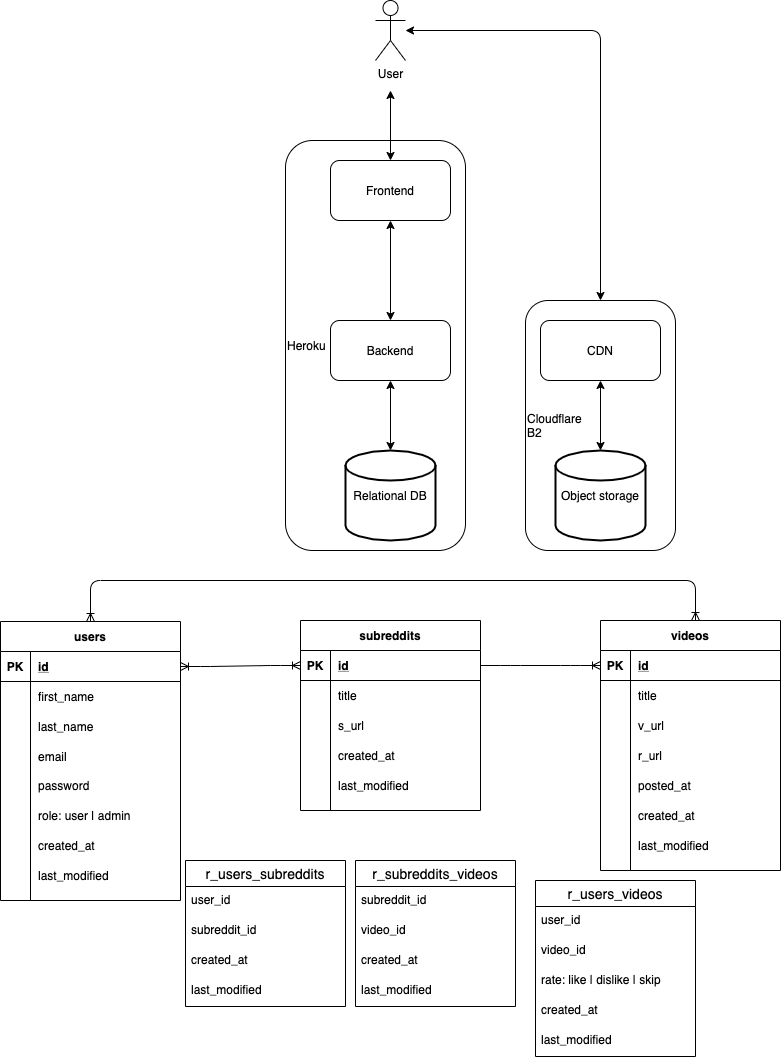
This is system-design.png from kzkaneoka/reddit-short-videos, a draw.io export, as it was before one commit. Source tidied: cells renumbered, new cells last; positions are measured from the earlier drawing's top-left corner, leaving out a move shared by most shapes.
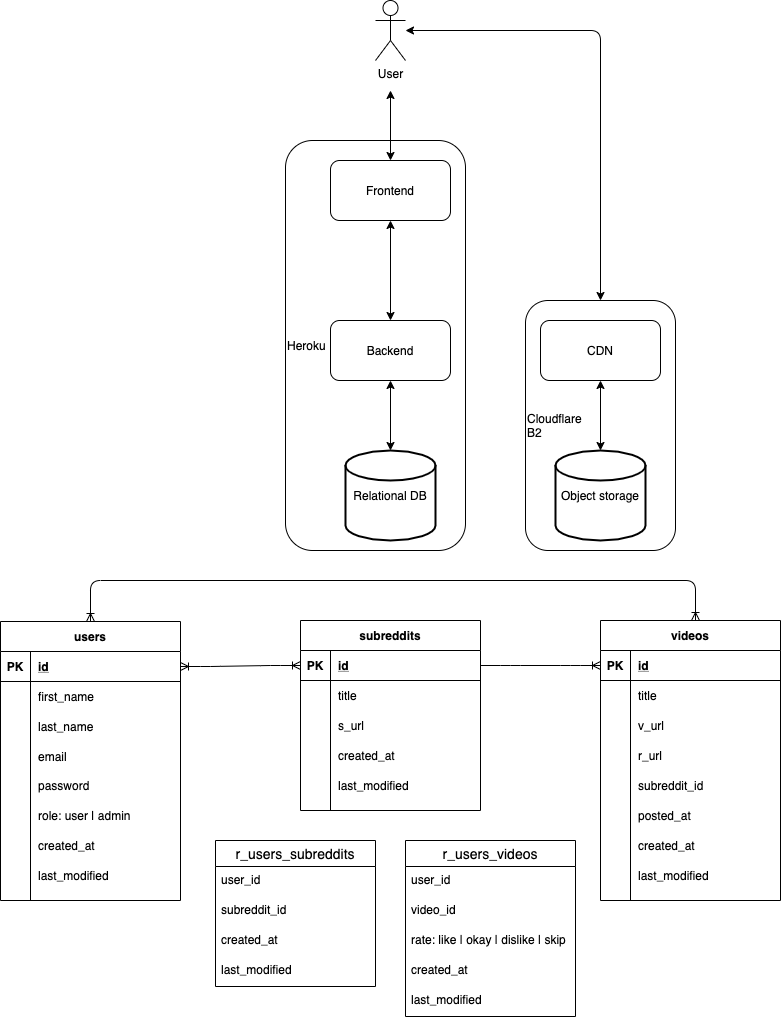
Later version of the same file.

Change to the diagram source:
```diff
@@ -147,7 +147,7 @@
       <mxGeometry x="30" width="150" height="30" as="geometry" />
     </mxCell>
     <mxCell id="50" value="videos" style="shape=table;startSize=30;rowLines=0;fontStyle=1;align=center;" parent="1" vertex="1">
-      <mxGeometry x="600" y="620" width="180" height="250" as="geometry" />
+      <mxGeometry x="600" y="620" width="180" height="280" as="geometry" />
     </mxCell>
     <mxCell id="51" style="shape=partialRectangle;fillColor=none;top=0;left=0;bottom=1;right=0;points=[[0,0.5],[1,0.5]];portConstraint=eastwest;" parent="50" vertex="1">
       <mxGeometry y="30" width="180" height="30" as="geometry" />
@@ -191,7 +191,7 @@
     <mxCell id="64" style="shape=partialRectangle;fillColor=none;top=0;left=0;bottom=0;right=0;overflow=hidden;" parent="63" vertex="1">
       <mxGeometry width="30" height="30" as="geometry" />
     </mxCell>
-    <mxCell id="65" value="posted_at" style="shape=partialRectangle;fillColor=none;top=0;left=0;bottom=0;right=0;align=left;spacingLeft=6;overflow=hidden;" parent="63" vertex="1">
+    <mxCell id="65" value="subreddit_id" style="shape=partialRectangle;fillColor=none;top=0;left=0;bottom=0;right=0;align=left;spacingLeft=6;overflow=hidden;" parent="63" vertex="1">
       <mxGeometry x="30" width="150" height="30" as="geometry" />
     </mxCell>
     <mxCell id="66" style="shape=partialRectangle;fillColor=none;top=0;left=0;bottom=0;right=0;" parent="50" vertex="1">
@@ -200,7 +200,7 @@
     <mxCell id="67" style="shape=partialRectangle;fillColor=none;top=0;left=0;bottom=0;right=0;overflow=hidden;" parent="66" vertex="1">
       <mxGeometry width="30" height="30" as="geometry" />
     </mxCell>
-    <mxCell id="68" value="created_at" style="shape=partialRectangle;fillColor=none;top=0;left=0;bottom=0;right=0;align=left;spacingLeft=6;overflow=hidden;" parent="66" vertex="1">
+    <mxCell id="68" value="posted_at" style="shape=partialRectangle;fillColor=none;top=0;left=0;bottom=0;right=0;align=left;spacingLeft=6;overflow=hidden;" parent="66" vertex="1">
       <mxGeometry x="30" width="150" height="30" as="geometry" />
     </mxCell>
     <mxCell id="69" style="shape=partialRectangle;fillColor=none;top=0;left=0;bottom=0;right=0;" parent="50" vertex="1">
@@ -209,9 +209,18 @@
     <mxCell id="70" style="shape=partialRectangle;fillColor=none;top=0;left=0;bottom=0;right=0;overflow=hidden;" parent="69" vertex="1">
       <mxGeometry width="30" height="30" as="geometry" />
     </mxCell>
-    <mxCell id="71" value="last_modified" style="shape=partialRectangle;fillColor=none;top=0;left=0;bottom=0;right=0;align=left;spacingLeft=6;overflow=hidden;" parent="69" vertex="1">
+    <mxCell id="71" value="created_at" style="shape=partialRectangle;fillColor=none;top=0;left=0;bottom=0;right=0;align=left;spacingLeft=6;overflow=hidden;" parent="69" vertex="1">
       <mxGeometry x="30" width="150" height="30" as="geometry" />
     </mxCell>
+    <mxCell id="97" style="shape=partialRectangle;fillColor=none;top=0;left=0;bottom=0;right=0;" parent="50" vertex="1">
+      <mxGeometry y="240" width="180" height="30" as="geometry" />
+    </mxCell>
+    <mxCell id="98" style="shape=partialRectangle;fillColor=none;top=0;left=0;bottom=0;right=0;overflow=hidden;" parent="97" vertex="1">
+      <mxGeometry width="30" height="30" as="geometry" />
+    </mxCell>
+    <mxCell id="84" value="last_modified" style="shape=partialRectangle;fillColor=none;top=0;left=0;bottom=0;right=0;align=left;spacingLeft=6;overflow=hidden;" parent="97" vertex="1">
+      <mxGeometry x="30" width="150" height="30" as="geometry" />
+    </mxCell>
     <mxCell id="72" style="edgeStyle=entityRelationEdgeStyle;fontSize=12;html=1;endArrow=ERoneToMany;startArrow=ERoneToMany;startFill=0;" parent="1" edge="1" source="10" target="35">
       <mxGeometry relative="1" as="geometry" />
     </mxCell>
@@ -243,23 +252,8 @@
         <mxPoint x="390" y="90" as="targetPoint" />
       </mxGeometry>
     </mxCell>
-    <mxCell id="80" value="r_subreddits_videos" style="swimlane;fontStyle=0;horizontal=1;startSize=26;align=center;fontSize=14;" parent="1" vertex="1">
-      <mxGeometry x="355" y="860" width="160" height="146" as="geometry" />
-    </mxCell>
-    <mxCell id="81" value="subreddit_id" style="text;strokeColor=none;fillColor=none;spacingLeft=4;spacingRight=4;overflow=hidden;fontSize=12;" parent="80" vertex="1">
-      <mxGeometry y="26" width="160" height="30" as="geometry" />
-    </mxCell>
-    <mxCell id="82" value="video_id" style="text;strokeColor=none;fillColor=none;spacingLeft=4;spacingRight=4;overflow=hidden;fontSize=12;" parent="80" vertex="1">
-      <mxGeometry y="56" width="160" height="30" as="geometry" />
-    </mxCell>
-    <mxCell id="83" value="created_at" style="text;strokeColor=none;fillColor=none;spacingLeft=4;spacingRight=4;overflow=hidden;fontSize=12;" parent="80" vertex="1">
-      <mxGeometry y="86" width="160" height="30" as="geometry" />
-    </mxCell>
-    <mxCell id="84" value="last_modified" style="text;strokeColor=none;fillColor=none;spacingLeft=4;spacingRight=4;overflow=hidden;fontSize=12;" parent="80" vertex="1">
-      <mxGeometry y="116" width="160" height="30" as="geometry" />
-    </mxCell>
     <mxCell id="85" value="r_users_subreddits" style="swimlane;fontStyle=0;horizontal=1;startSize=26;align=center;fontSize=14;" parent="1" vertex="1">
-      <mxGeometry x="185" y="860" width="160" height="146" as="geometry" />
+      <mxGeometry x="215" y="840" width="160" height="146" as="geometry" />
     </mxCell>
     <mxCell id="86" value="user_id" style="text;strokeColor=none;fillColor=none;spacingLeft=4;spacingRight=4;overflow=hidden;fontSize=12;" parent="85" vertex="1">
       <mxGeometry y="26" width="160" height="30" as="geometry" />
@@ -274,22 +268,22 @@
       <mxGeometry y="116" width="160" height="30" as="geometry" />
     </mxCell>
     <mxCell id="90" value="r_users_videos" style="swimlane;fontStyle=0;horizontal=1;startSize=26;align=center;fontSize=14;" parent="1" vertex="1">
-      <mxGeometry x="535" y="880" width="160" height="176" as="geometry" />
+      <mxGeometry x="405" y="840" width="170" height="176" as="geometry" />
     </mxCell>
     <mxCell id="91" value="user_id" style="text;strokeColor=none;fillColor=none;spacingLeft=4;spacingRight=4;overflow=hidden;fontSize=12;" parent="90" vertex="1">
-      <mxGeometry y="26" width="160" height="30" as="geometry" />
+      <mxGeometry y="26" width="170" height="30" as="geometry" />
     </mxCell>
     <mxCell id="92" value="video_id" style="text;strokeColor=none;fillColor=none;spacingLeft=4;spacingRight=4;overflow=hidden;fontSize=12;" parent="90" vertex="1">
-      <mxGeometry y="56" width="160" height="30" as="geometry" />
+      <mxGeometry y="56" width="170" height="30" as="geometry" />
     </mxCell>
-    <mxCell id="93" value="rate: like | dislike | skip" style="text;strokeColor=none;fillColor=none;spacingLeft=4;spacingRight=4;overflow=hidden;fontSize=12;" parent="90" vertex="1">
-      <mxGeometry y="86" width="160" height="30" as="geometry" />
+    <mxCell id="93" value="rate: like | okay | dislike | skip" style="text;strokeColor=none;fillColor=none;spacingLeft=4;spacingRight=4;overflow=hidden;fontSize=12;" parent="90" vertex="1">
+      <mxGeometry y="86" width="170" height="30" as="geometry" />
     </mxCell>
     <mxCell id="94" value="created_at" style="text;strokeColor=none;fillColor=none;spacingLeft=4;spacingRight=4;overflow=hidden;fontSize=12;" parent="90" vertex="1">
-      <mxGeometry y="116" width="160" height="30" as="geometry" />
+      <mxGeometry y="116" width="170" height="30" as="geometry" />
     </mxCell>
     <mxCell id="95" value="last_modified" style="text;strokeColor=none;fillColor=none;spacingLeft=4;spacingRight=4;overflow=hidden;fontSize=12;" parent="90" vertex="1">
-      <mxGeometry y="146" width="160" height="30" as="geometry" />
+      <mxGeometry y="146" width="170" height="30" as="geometry" />
     </mxCell>
     <mxCell id="96" value="CDN" style="rounded=1;whiteSpace=wrap;html=1;align=center;" parent="1" vertex="1">
       <mxGeometry x="540" y="320" width="120" height="60" as="geometry" />
```
